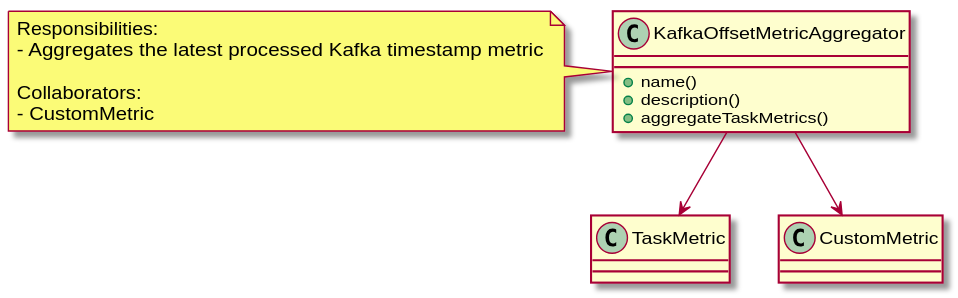
Before: docs/doxygen/doxygen/inline_umlgraph_7.svg, a diagram exported from PlantUML (elliVM/pth_06).
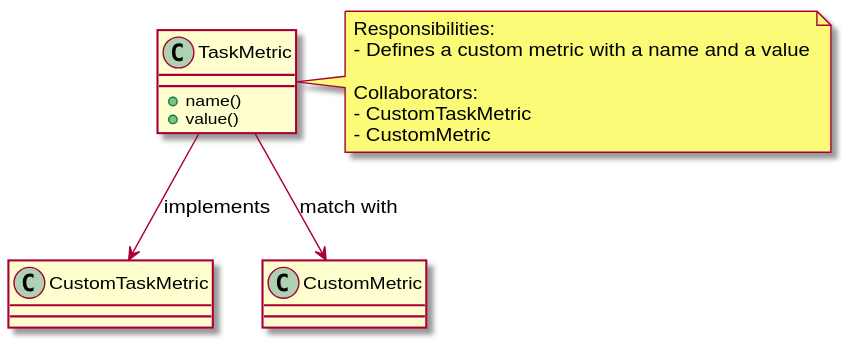
The same file after the commit.

The edit, as a diff of the source:
```diff
@@ -1,18 +1,18 @@
 @startuml inline_umlgraph_7.svg
-class KafkaOffsetMetricAggregator {
-    + name()
-    + description()
-    + aggregateTaskMetrics()
+class TaskMetric {
+ + name()
+ + value()
 }
 
-KafkaOffsetMetricAggregator --> TaskMetric
-KafkaOffsetMetricAggregator --> CustomMetric
+TaskMetric --> CustomTaskMetric : implements
+TaskMetric --> CustomMetric : match with
 
-note left of KafkaOffsetMetricAggregator
+note right of TaskMetric
 Responsibilities:
-- Aggregates the latest processed Kafka timestamp metric
+- Defines a custom metric with a name and a value
 
 Collaborators:
+- CustomTaskMetric
 - CustomMetric
-end note
+endnote
 @enduml
```
